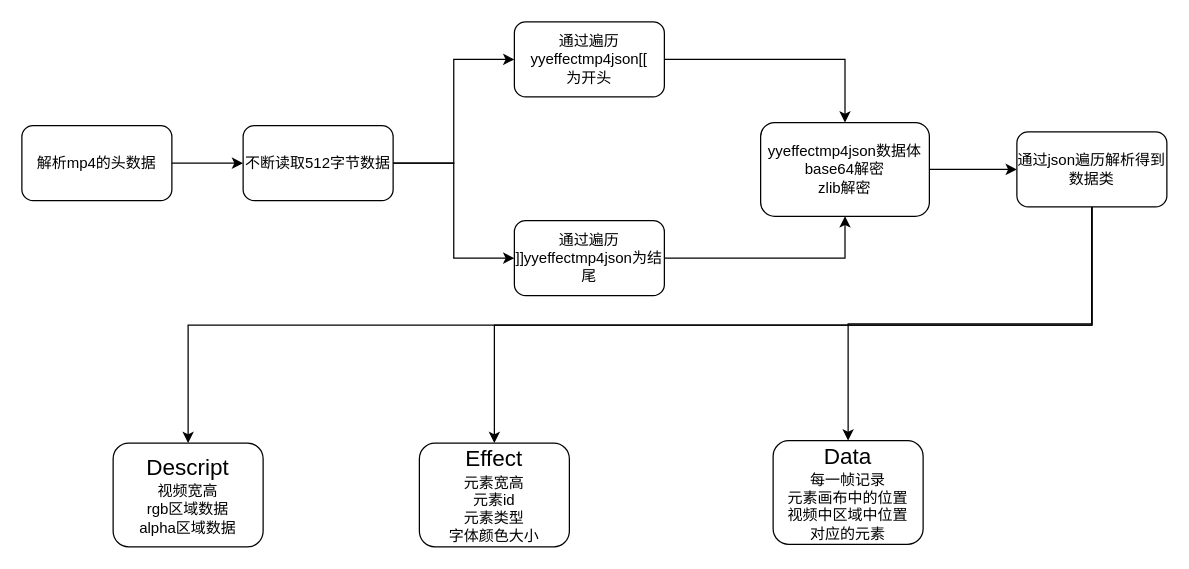
Above: page "Page-1" (1 of 4) of YYEVA.drawio in cangwang/news (draw.io), before the change. Source tidied: cells renumbered, new cells numbered last; positions are measured from the earlier drawing's top-left corner, leaving out a move shared by most shapes. Both pictures are drawn from the tidied source at 125%, with x=0, y=0 at pixel (21, 21).
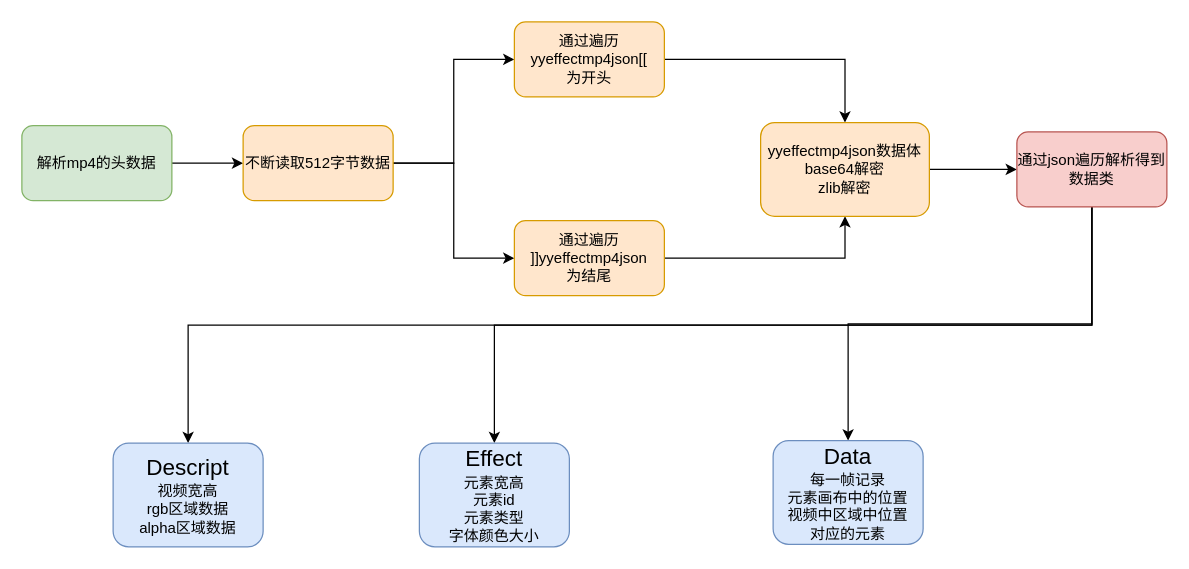
The same page after the edit.

What changed in the source:
```diff
@@
 <mxGraphModel>
   <root>
     <mxCell id="0" />
     <mxCell id="1" parent="0" />
     <mxCell id="2" style="edgeStyle=orthogonalEdgeStyle;rounded=0;jettySize=auto;html=1;exitX=1;exitY=0.5;exitDx=0;exitDy=0;" parent="1" edge="1" source="3" target="6">
       <mxGeometry relative="1" as="geometry" />
     </mxCell>
-    <mxCell id="3" value="解析mp4的头数据" style="rounded=1;whiteSpace=wrap;html=1;fillColor=default;" parent="1" vertex="1">
+    <mxCell id="3" value="解析mp4的头数据" style="rounded=1;whiteSpace=wrap;html=1;fillColor=#d5e8d4;strokeColor=#82b366;" parent="1" vertex="1">
       <mxGeometry y="83" width="120" height="60" as="geometry" />
     </mxCell>
     <mxCell id="4" style="edgeStyle=orthogonalEdgeStyle;rounded=0;jettySize=auto;html=1;exitX=1;exitY=0.5;exitDx=0;exitDy=0;entryX=0;entryY=0.5;entryDx=0;entryDy=0;" parent="1" edge="1" source="6" target="8">
       <mxGeometry relative="1" as="geometry" />
     </mxCell>
     <mxCell id="5" style="edgeStyle=orthogonalEdgeStyle;rounded=0;jettySize=auto;html=1;exitX=1;exitY=0.5;exitDx=0;exitDy=0;entryX=0;entryY=0.5;entryDx=0;entryDy=0;" parent="1" edge="1" source="6" target="10">
       <mxGeometry relative="1" as="geometry" />
     </mxCell>
-    <mxCell id="6" value="不断读取512字节数据" style="rounded=1;whiteSpace=wrap;html=1;fillColor=default;" parent="1" vertex="1">
+    <mxCell id="6" value="不断读取512字节数据" style="rounded=1;whiteSpace=wrap;html=1;fillColor=#ffe6cc;strokeColor=#d79b00;" parent="1" vertex="1">
       <mxGeometry x="177" y="83" width="120" height="60" as="geometry" />
     </mxCell>
     <mxCell id="7" style="edgeStyle=orthogonalEdgeStyle;rounded=0;jettySize=auto;html=1;exitX=1;exitY=0.5;exitDx=0;exitDy=0;" parent="1" edge="1" source="8" target="12">
       <mxGeometry relative="1" as="geometry" />
     </mxCell>
-    <mxCell id="8" value="通过遍历&lt;br&gt;yyeffectmp4json[[&lt;br&gt;为开头" style="rounded=1;whiteSpace=wrap;html=1;fillColor=default;" parent="1" vertex="1">
+    <mxCell id="8" value="通过遍历&lt;br&gt;yyeffectmp4json[[&lt;br&gt;为开头" style="rounded=1;whiteSpace=wrap;html=1;fillColor=#ffe6cc;strokeColor=#d79b00;" parent="1" vertex="1">
       <mxGeometry x="394" width="120" height="60" as="geometry" />
     </mxCell>
     <mxCell id="9" style="edgeStyle=orthogonalEdgeStyle;rounded=0;jettySize=auto;html=1;exitX=1;exitY=0.5;exitDx=0;exitDy=0;entryX=0.5;entryY=1;entryDx=0;entryDy=0;" parent="1" edge="1" source="10" target="12">
       <mxGeometry relative="1" as="geometry" />
     </mxCell>
-    <mxCell id="10" value="通过遍历&lt;br&gt;]]yyeffectmp4json为结尾" style="rounded=1;whiteSpace=wrap;html=1;fillColor=default;" parent="1" vertex="1">
+    <mxCell id="10" value="通过遍历&lt;br&gt;]]yyeffectmp4json&lt;br&gt;为结尾" style="rounded=1;whiteSpace=wrap;html=1;fillColor=#ffe6cc;strokeColor=#d79b00;" parent="1" vertex="1">
       <mxGeometry x="394" y="159" width="120" height="60" as="geometry" />
     </mxCell>
     <mxCell id="11" style="edgeStyle=orthogonalEdgeStyle;rounded=0;jettySize=auto;html=1;exitX=1;exitY=0.5;exitDx=0;exitDy=0;" parent="1" edge="1" source="12" target="16">
       <mxGeometry relative="1" as="geometry" />
     </mxCell>
-    <mxCell id="12" value="yyeffectmp4json数据体&lt;br&gt;base64解密&lt;br&gt;zlib解密" style="rounded=1;whiteSpace=wrap;html=1;fillColor=default;" parent="1" vertex="1">
+    <mxCell id="12" value="yyeffectmp4json数据体&lt;br&gt;base64解密&lt;br&gt;zlib解密" style="rounded=1;whiteSpace=wrap;html=1;fillColor=#ffe6cc;strokeColor=#d79b00;" parent="1" vertex="1">
       <mxGeometry x="591" y="80.5" width="135" height="75" as="geometry" />
     </mxCell>
     <mxCell id="13" style="edgeStyle=orthogonalEdgeStyle;rounded=0;jettySize=auto;html=1;exitX=0.5;exitY=1;exitDx=0;exitDy=0;fontSize=18;" parent="1" edge="1" source="16" target="17">
       <mxGeometry relative="1" as="geometry" />
     </mxCell>
     <mxCell id="14" style="edgeStyle=orthogonalEdgeStyle;rounded=0;jettySize=auto;html=1;exitX=0.5;exitY=1;exitDx=0;exitDy=0;fontSize=18;" parent="1" edge="1" source="16" target="18">
       <mxGeometry relative="1" as="geometry" />
     </mxCell>
     <mxCell id="15" style="edgeStyle=orthogonalEdgeStyle;rounded=0;jettySize=auto;html=1;exitX=0.5;exitY=1;exitDx=0;exitDy=0;fontSize=18;" parent="1" edge="1" source="16" target="19">
       <mxGeometry relative="1" as="geometry" />
     </mxCell>
-    <mxCell id="16" value="通过json遍历解析得到数据类" style="rounded=1;whiteSpace=wrap;html=1;fillColor=default;" parent="1" vertex="1">
+    <mxCell id="16" value="通过json遍历解析得到数据类" style="rounded=1;whiteSpace=wrap;html=1;fillColor=#f8cecc;strokeColor=#b85450;" parent="1" vertex="1">
       <mxGeometry x="796" y="88" width="120" height="60" as="geometry" />
     </mxCell>
-    <mxCell id="17" value="&lt;font style=&quot;font-size: 18px;&quot;&gt;Descript&lt;/font&gt;&lt;br&gt;视频宽高&lt;br&gt;rgb区域数据&lt;br&gt;alpha区域数据" style="rounded=1;whiteSpace=wrap;html=1;fillColor=default;" parent="1" vertex="1">
+    <mxCell id="17" value="&lt;font style=&quot;font-size: 18px;&quot;&gt;Descript&lt;/font&gt;&lt;br&gt;视频宽高&lt;br&gt;rgb区域数据&lt;br&gt;alpha区域数据" style="rounded=1;whiteSpace=wrap;html=1;fillColor=#dae8fc;strokeColor=#6c8ebf;" parent="1" vertex="1">
       <mxGeometry x="73" y="337" width="120" height="83" as="geometry" />
     </mxCell>
-    <mxCell id="18" value="&lt;font style=&quot;font-size: 18px;&quot;&gt;Effect&lt;/font&gt;&lt;br&gt;元素宽高&lt;br&gt;元素id&lt;br&gt;元素类型&lt;br&gt;字体颜色大小" style="rounded=1;whiteSpace=wrap;html=1;fillColor=default;" parent="1" vertex="1">
+    <mxCell id="18" value="&lt;font style=&quot;font-size: 18px;&quot;&gt;Effect&lt;/font&gt;&lt;br&gt;元素宽高&lt;br&gt;元素id&lt;br&gt;元素类型&lt;br&gt;字体颜色大小" style="rounded=1;whiteSpace=wrap;html=1;fillColor=#dae8fc;strokeColor=#6c8ebf;" parent="1" vertex="1">
       <mxGeometry x="318" y="337" width="120" height="83" as="geometry" />
     </mxCell>
-    <mxCell id="19" value="&lt;font style=&quot;font-size: 18px;&quot;&gt;Data&lt;/font&gt;&lt;br&gt;每一帧记录&lt;br&gt;元素画布中的位置&lt;br&gt;视频中区域中位置&lt;br&gt;对应的元素" style="rounded=1;whiteSpace=wrap;html=1;fillColor=default;" parent="1" vertex="1">
+    <mxCell id="19" value="&lt;font style=&quot;font-size: 18px;&quot;&gt;Data&lt;/font&gt;&lt;br&gt;每一帧记录&lt;br&gt;元素画布中的位置&lt;br&gt;视频中区域中位置&lt;br&gt;对应的元素" style="rounded=1;whiteSpace=wrap;html=1;fillColor=#dae8fc;strokeColor=#6c8ebf;" parent="1" vertex="1">
       <mxGeometry x="601" y="335" width="120" height="83" as="geometry" />
     </mxCell>
   </root>
 </mxGraphModel>
```
